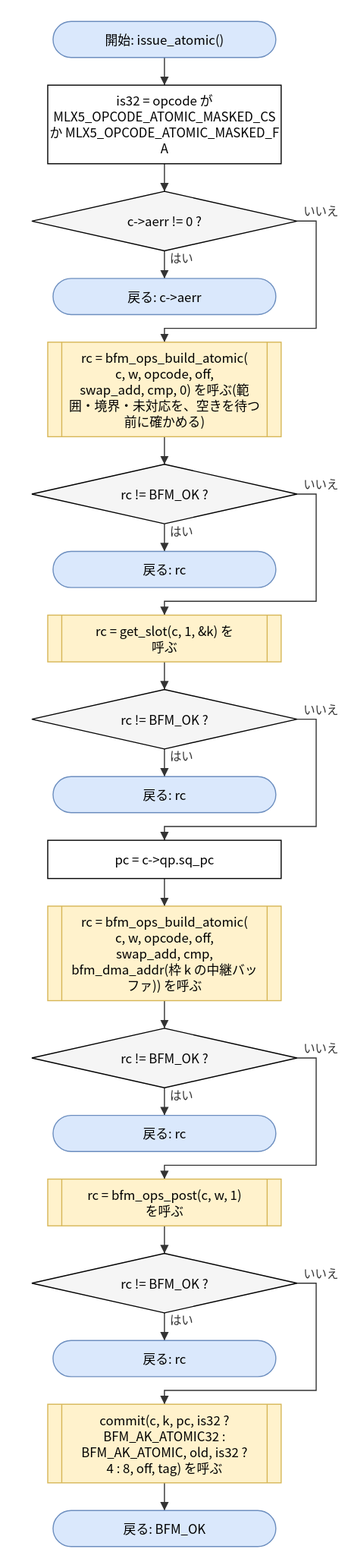
The draw.io diagram doc/spec/images/flow_src_bfm_async-issue_atomic.drawio.svg in hf355051012-ai/bfmem, before a commit. Source tidied: cells renumbered, new cells last; positions are measured from the earlier drawing's top-left corner, leaving out a move shared by most shapes.
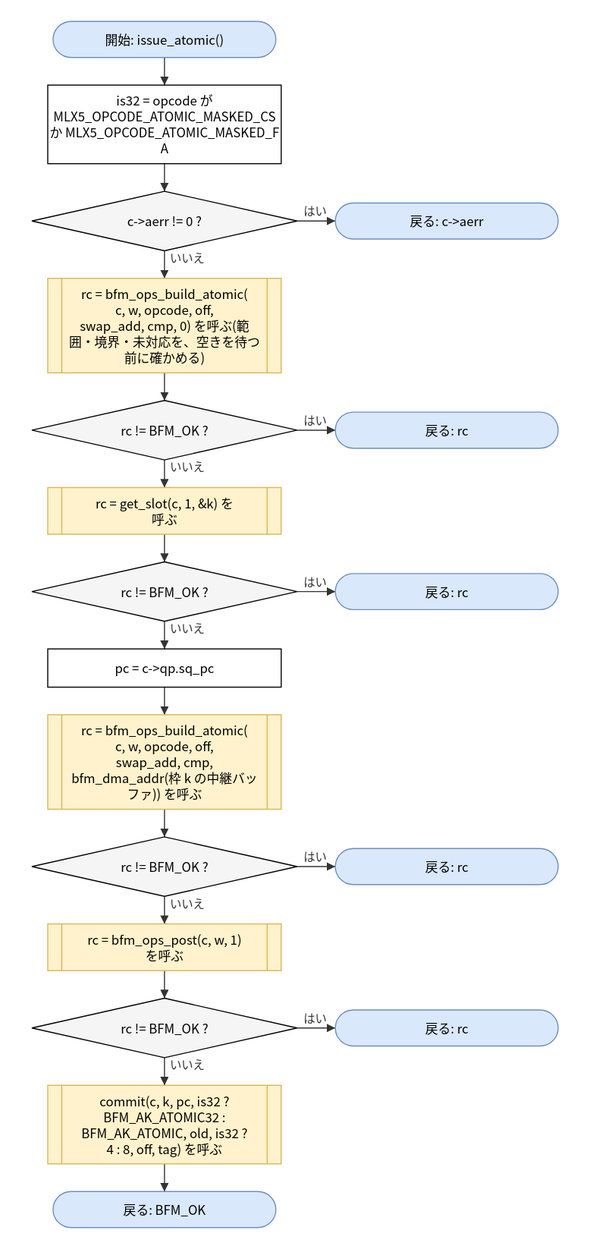
The same file after the commit.

Change to the diagram source:
```diff
@@ -12,52 +12,52 @@
       <mxGeometry y="160" width="250" height="56" as="geometry" />
     </mxCell>
     <mxCell id="5" value="戻る: c-&amp;gt;aerr" style="rounded=1;arcSize=50;whiteSpace=wrap;html=1;fillColor=#dae8fc;strokeColor=#6c8ebf;" parent="1" vertex="1">
-      <mxGeometry x="20" y="242" width="210" height="34" as="geometry" />
+      <mxGeometry x="286" y="171" width="210" height="34" as="geometry" />
     </mxCell>
     <mxCell id="6" value="rc = bfm_ops_build_atomic(&lt;br&gt;c, w, opcode, off,&lt;br&gt;swap_add, cmp, 0) を呼ぶ(範&lt;br&gt;囲・境界・未対応を、空きを待つ&lt;br&gt;前に確かめる)" style="shape=process;whiteSpace=wrap;html=1;backgroundOutline=1;size=0.06;fillColor=#fff2cc;strokeColor=#d6b656;" parent="1" vertex="1">
-      <mxGeometry x="15" y="302" width="220" height="89" as="geometry" />
+      <mxGeometry x="15" y="242" width="220" height="89" as="geometry" />
     </mxCell>
     <mxCell id="7" value="rc != BFM_OK ?" style="rhombus;whiteSpace=wrap;html=1;fillColor=#f5f5f5;" parent="1" vertex="1">
-      <mxGeometry y="417" width="250" height="56" as="geometry" />
+      <mxGeometry y="357" width="250" height="56" as="geometry" />
     </mxCell>
     <mxCell id="8" value="戻る: rc" style="rounded=1;arcSize=50;whiteSpace=wrap;html=1;fillColor=#dae8fc;strokeColor=#6c8ebf;" parent="1" vertex="1">
-      <mxGeometry x="20" y="499" width="210" height="34" as="geometry" />
+      <mxGeometry x="286" y="368" width="210" height="34" as="geometry" />
     </mxCell>
     <mxCell id="9" value="rc = get_slot(c, 1, &amp;amp;k) を&lt;br&gt;呼ぶ" style="shape=process;whiteSpace=wrap;html=1;backgroundOutline=1;size=0.06;fillColor=#fff2cc;strokeColor=#d6b656;" parent="1" vertex="1">
-      <mxGeometry x="15" y="559" width="220" height="44" as="geometry" />
+      <mxGeometry x="15" y="439" width="220" height="44" as="geometry" />
     </mxCell>
     <mxCell id="10" value="rc != BFM_OK ?" style="rhombus;whiteSpace=wrap;html=1;fillColor=#f5f5f5;" parent="1" vertex="1">
-      <mxGeometry y="629" width="250" height="56" as="geometry" />
+      <mxGeometry y="509" width="250" height="56" as="geometry" />
     </mxCell>
     <mxCell id="11" value="戻る: rc" style="rounded=1;arcSize=50;whiteSpace=wrap;html=1;fillColor=#dae8fc;strokeColor=#6c8ebf;" parent="1" vertex="1">
-      <mxGeometry x="20" y="711" width="210" height="34" as="geometry" />
+      <mxGeometry x="286" y="520" width="210" height="34" as="geometry" />
     </mxCell>
     <mxCell id="12" value="pc = c-&amp;gt;qp.sq_pc" style="rounded=0;whiteSpace=wrap;html=1;" parent="1" vertex="1">
-      <mxGeometry x="15" y="771" width="220" height="36" as="geometry" />
+      <mxGeometry x="15" y="591" width="220" height="36" as="geometry" />
     </mxCell>
     <mxCell id="13" value="rc = bfm_ops_build_atomic(&lt;br&gt;c, w, opcode, off,&lt;br&gt;swap_add, cmp,&lt;br&gt;bfm_dma_addr(枠 k の中継バッ&lt;br&gt;ファ)) を呼ぶ" style="shape=process;whiteSpace=wrap;html=1;backgroundOutline=1;size=0.06;fillColor=#fff2cc;strokeColor=#d6b656;" parent="1" vertex="1">
-      <mxGeometry x="15" y="833" width="220" height="89" as="geometry" />
+      <mxGeometry x="15" y="653" width="220" height="89" as="geometry" />
     </mxCell>
     <mxCell id="14" value="rc != BFM_OK ?" style="rhombus;whiteSpace=wrap;html=1;fillColor=#f5f5f5;" parent="1" vertex="1">
-      <mxGeometry y="948" width="250" height="56" as="geometry" />
+      <mxGeometry y="768" width="250" height="56" as="geometry" />
     </mxCell>
     <mxCell id="15" value="戻る: rc" style="rounded=1;arcSize=50;whiteSpace=wrap;html=1;fillColor=#dae8fc;strokeColor=#6c8ebf;" parent="1" vertex="1">
-      <mxGeometry x="20" y="1030" width="210" height="34" as="geometry" />
+      <mxGeometry x="286" y="779" width="210" height="34" as="geometry" />
     </mxCell>
     <mxCell id="16" value="rc = bfm_ops_post(c, w, 1)&lt;br&gt;を呼ぶ" style="shape=process;whiteSpace=wrap;html=1;backgroundOutline=1;size=0.06;fillColor=#fff2cc;strokeColor=#d6b656;" parent="1" vertex="1">
-      <mxGeometry x="15" y="1090" width="220" height="44" as="geometry" />
+      <mxGeometry x="15" y="850" width="220" height="44" as="geometry" />
     </mxCell>
     <mxCell id="17" value="rc != BFM_OK ?" style="rhombus;whiteSpace=wrap;html=1;fillColor=#f5f5f5;" parent="1" vertex="1">
-      <mxGeometry y="1160" width="250" height="56" as="geometry" />
+      <mxGeometry y="920" width="250" height="56" as="geometry" />
     </mxCell>
     <mxCell id="18" value="戻る: rc" style="rounded=1;arcSize=50;whiteSpace=wrap;html=1;fillColor=#dae8fc;strokeColor=#6c8ebf;" parent="1" vertex="1">
-      <mxGeometry x="20" y="1242" width="210" height="34" as="geometry" />
+      <mxGeometry x="286" y="931" width="210" height="34" as="geometry" />
     </mxCell>
     <mxCell id="19" value="commit(c, k, pc, is32 ?&lt;br&gt;BFM_AK_ATOMIC32 :&lt;br&gt;BFM_AK_ATOMIC, old, is32 ?&lt;br&gt;4 : 8, off, tag) を呼ぶ" style="shape=process;whiteSpace=wrap;html=1;backgroundOutline=1;size=0.06;fillColor=#fff2cc;strokeColor=#d6b656;" parent="1" vertex="1">
-      <mxGeometry x="15" y="1302" width="220" height="74" as="geometry" />
+      <mxGeometry x="15" y="1002" width="220" height="74" as="geometry" />
     </mxCell>
     <mxCell id="20" value="戻る: BFM_OK" style="rounded=1;arcSize=50;whiteSpace=wrap;html=1;fillColor=#dae8fc;strokeColor=#6c8ebf;" parent="1" vertex="1">
-      <mxGeometry x="20" y="1402" width="210" height="34" as="geometry" />
+      <mxGeometry x="20" y="1102" width="210" height="34" as="geometry" />
     </mxCell>
     <mxCell id="21" style="edgeStyle=none;html=1;rounded=0;endArrow=block;endFill=1;exitX=0.5000;exitY=1.0000;exitDx=0;exitDy=0;exitPerimeter=0;entryX=0.5000;entryY=0.0000;entryDx=0;entryDy=0;entryPerimeter=0;" parent="1" edge="1" source="2" target="3">
       <mxGeometry relative="1" as="geometry" />
@@ -65,47 +65,29 @@
     <mxCell id="22" style="edgeStyle=none;html=1;rounded=0;endArrow=block;endFill=1;exitX=0.5000;exitY=1.0000;exitDx=0;exitDy=0;exitPerimeter=0;entryX=0.5000;entryY=0.0000;entryDx=0;entryDy=0;entryPerimeter=0;" parent="1" edge="1" source="3" target="4">
       <mxGeometry relative="1" as="geometry" />
     </mxCell>
-    <mxCell id="23" value="はい" style="edgeStyle=none;html=1;rounded=0;endArrow=block;endFill=1;exitX=0.5000;exitY=1.0000;exitDx=0;exitDy=0;exitPerimeter=0;entryX=0.5000;entryY=0.0000;entryDx=0;entryDy=0;entryPerimeter=0;" parent="1" edge="1" source="4" target="5">
+    <mxCell id="23" value="はい" style="edgeStyle=none;html=1;rounded=0;endArrow=block;endFill=1;exitX=1.0000;exitY=0.5000;exitDx=0;exitDy=0;exitPerimeter=0;entryX=0.0000;entryY=0.5000;entryDx=0;entryDy=0;entryPerimeter=0;" parent="1" edge="1" source="4" target="5">
       <mxGeometry relative="1" as="geometry" />
     </mxCell>
-    <mxCell id="24" value="いいえ" style="edgeStyle=none;html=1;rounded=0;endArrow=block;endFill=1;exitX=1.0000;exitY=0.5000;exitDx=0;exitDy=0;exitPerimeter=0;entryX=0.5000;entryY=0.0000;entryDx=0;entryDy=0;entryPerimeter=0;" parent="1" edge="1" source="4" target="6">
-      <mxGeometry relative="1" as="geometry">
-        <Array as="points">
-          <mxPoint x="268" y="188" />
-          <mxPoint x="268" y="289" />
-          <mxPoint x="125" y="289" />
-        </Array>
-      </mxGeometry>
+    <mxCell id="24" value="いいえ" style="edgeStyle=none;html=1;rounded=0;endArrow=block;endFill=1;exitX=0.5000;exitY=1.0000;exitDx=0;exitDy=0;exitPerimeter=0;entryX=0.5000;entryY=0.0000;entryDx=0;entryDy=0;entryPerimeter=0;" parent="1" edge="1" source="4" target="6">
+      <mxGeometry relative="1" as="geometry" />
     </mxCell>
     <mxCell id="25" style="edgeStyle=none;html=1;rounded=0;endArrow=block;endFill=1;exitX=0.5000;exitY=1.0000;exitDx=0;exitDy=0;exitPerimeter=0;entryX=0.5000;entryY=0.0000;entryDx=0;entryDy=0;entryPerimeter=0;" parent="1" edge="1" source="6" target="7">
       <mxGeometry relative="1" as="geometry" />
     </mxCell>
-    <mxCell id="26" value="はい" style="edgeStyle=none;html=1;rounded=0;endArrow=block;endFill=1;exitX=0.5000;exitY=1.0000;exitDx=0;exitDy=0;exitPerimeter=0;entryX=0.5000;entryY=0.0000;entryDx=0;entryDy=0;entryPerimeter=0;" parent="1" edge="1" source="7" target="8">
+    <mxCell id="26" value="はい" style="edgeStyle=none;html=1;rounded=0;endArrow=block;endFill=1;exitX=1.0000;exitY=0.5000;exitDx=0;exitDy=0;exitPerimeter=0;entryX=0.0000;entryY=0.5000;entryDx=0;entryDy=0;entryPerimeter=0;" parent="1" edge="1" source="7" target="8">
       <mxGeometry relative="1" as="geometry" />
     </mxCell>
-    <mxCell id="27" value="いいえ" style="edgeStyle=none;html=1;rounded=0;endArrow=block;endFill=1;exitX=1.0000;exitY=0.5000;exitDx=0;exitDy=0;exitPerimeter=0;entryX=0.5000;entryY=0.0000;entryDx=0;entryDy=0;entryPerimeter=0;" parent="1" edge="1" source="7" target="9">
-      <mxGeometry relative="1" as="geometry">
-        <Array as="points">
-          <mxPoint x="268" y="445" />
-          <mxPoint x="268" y="546" />
-          <mxPoint x="125" y="546" />
-        </Array>
-      </mxGeometry>
+    <mxCell id="27" value="いいえ" style="edgeStyle=none;html=1;rounded=0;endArrow=block;endFill=1;exitX=0.5000;exitY=1.0000;exitDx=0;exitDy=0;exitPerimeter=0;entryX=0.5000;entryY=0.0000;entryDx=0;entryDy=0;entryPerimeter=0;" parent="1" edge="1" source="7" target="9">
+      <mxGeometry relative="1" as="geometry" />
     </mxCell>
     <mxCell id="28" style="edgeStyle=none;html=1;rounded=0;endArrow=block;endFill=1;exitX=0.5000;exitY=1.0000;exitDx=0;exitDy=0;exitPerimeter=0;entryX=0.5000;entryY=0.0000;entryDx=0;entryDy=0;entryPerimeter=0;" parent="1" edge="1" source="9" target="10">
       <mxGeometry relative="1" as="geometry" />
     </mxCell>
-    <mxCell id="29" value="はい" style="edgeStyle=none;html=1;rounded=0;endArrow=block;endFill=1;exitX=0.5000;exitY=1.0000;exitDx=0;exitDy=0;exitPerimeter=0;entryX=0.5000;entryY=0.0000;entryDx=0;entryDy=0;entryPerimeter=0;" parent="1" edge="1" source="10" target="11">
+    <mxCell id="29" value="はい" style="edgeStyle=none;html=1;rounded=0;endArrow=block;endFill=1;exitX=1.0000;exitY=0.5000;exitDx=0;exitDy=0;exitPerimeter=0;entryX=0.0000;entryY=0.5000;entryDx=0;entryDy=0;entryPerimeter=0;" parent="1" edge="1" source="10" target="11">
       <mxGeometry relative="1" as="geometry" />
     </mxCell>
-    <mxCell id="30" value="いいえ" style="edgeStyle=none;html=1;rounded=0;endArrow=block;endFill=1;exitX=1.0000;exitY=0.5000;exitDx=0;exitDy=0;exitPerimeter=0;entryX=0.5000;entryY=0.0000;entryDx=0;entryDy=0;entryPerimeter=0;" parent="1" edge="1" source="10" target="12">
-      <mxGeometry relative="1" as="geometry">
-        <Array as="points">
-          <mxPoint x="268" y="657" />
-          <mxPoint x="268" y="758" />
-          <mxPoint x="125" y="758" />
-        </Array>
-      </mxGeometry>
+    <mxCell id="30" value="いいえ" style="edgeStyle=none;html=1;rounded=0;endArrow=block;endFill=1;exitX=0.5000;exitY=1.0000;exitDx=0;exitDy=0;exitPerimeter=0;entryX=0.5000;entryY=0.0000;entryDx=0;entryDy=0;entryPerimeter=0;" parent="1" edge="1" source="10" target="12">
+      <mxGeometry relative="1" as="geometry" />
     </mxCell>
     <mxCell id="31" style="edgeStyle=none;html=1;rounded=0;endArrow=block;endFill=1;exitX=0.5000;exitY=1.0000;exitDx=0;exitDy=0;exitPerimeter=0;entryX=0.5000;entryY=0.0000;entryDx=0;entryDy=0;entryPerimeter=0;" parent="1" edge="1" source="12" target="13">
       <mxGeometry relative="1" as="geometry" />
@@ -113,32 +95,20 @@
     <mxCell id="32" style="edgeStyle=none;html=1;rounded=0;endArrow=block;endFill=1;exitX=0.5000;exitY=1.0000;exitDx=0;exitDy=0;exitPerimeter=0;entryX=0.5000;entryY=0.0000;entryDx=0;entryDy=0;entryPerimeter=0;" parent="1" edge="1" source="13" target="14">
       <mxGeometry relative="1" as="geometry" />
     </mxCell>
-    <mxCell id="33" value="はい" style="edgeStyle=none;html=1;rounded=0;endArrow=block;endFill=1;exitX=0.5000;exitY=1.0000;exitDx=0;exitDy=0;exitPerimeter=0;entryX=0.5000;entryY=0.0000;entryDx=0;entryDy=0;entryPerimeter=0;" parent="1" edge="1" source="14" target="15">
+    <mxCell id="33" value="はい" style="edgeStyle=none;html=1;rounded=0;endArrow=block;endFill=1;exitX=1.0000;exitY=0.5000;exitDx=0;exitDy=0;exitPerimeter=0;entryX=0.0000;entryY=0.5000;entryDx=0;entryDy=0;entryPerimeter=0;" parent="1" edge="1" source="14" target="15">
       <mxGeometry relative="1" as="geometry" />
     </mxCell>
-    <mxCell id="34" value="いいえ" style="edgeStyle=none;html=1;rounded=0;endArrow=block;endFill=1;exitX=1.0000;exitY=0.5000;exitDx=0;exitDy=0;exitPerimeter=0;entryX=0.5000;entryY=0.0000;entryDx=0;entryDy=0;entryPerimeter=0;" parent="1" edge="1" source="14" target="16">
-      <mxGeometry relative="1" as="geometry">
-        <Array as="points">
-          <mxPoint x="268" y="976" />
-          <mxPoint x="268" y="1077" />
-          <mxPoint x="125" y="1077" />
-        </Array>
-      </mxGeometry>
+    <mxCell id="34" value="いいえ" style="edgeStyle=none;html=1;rounded=0;endArrow=block;endFill=1;exitX=0.5000;exitY=1.0000;exitDx=0;exitDy=0;exitPerimeter=0;entryX=0.5000;entryY=0.0000;entryDx=0;entryDy=0;entryPerimeter=0;" parent="1" edge="1" source="14" target="16">
+      <mxGeometry relative="1" as="geometry" />
     </mxCell>
     <mxCell id="35" style="edgeStyle=none;html=1;rounded=0;endArrow=block;endFill=1;exitX=0.5000;exitY=1.0000;exitDx=0;exitDy=0;exitPerimeter=0;entryX=0.5000;entryY=0.0000;entryDx=0;entryDy=0;entryPerimeter=0;" parent="1" edge="1" source="16" target="17">
       <mxGeometry relative="1" as="geometry" />
     </mxCell>
-    <mxCell id="36" value="はい" style="edgeStyle=none;html=1;rounded=0;endArrow=block;endFill=1;exitX=0.5000;exitY=1.0000;exitDx=0;exitDy=0;exitPerimeter=0;entryX=0.5000;entryY=0.0000;entryDx=0;entryDy=0;entryPerimeter=0;" parent="1" edge="1" source="17" target="18">
+    <mxCell id="36" value="はい" style="edgeStyle=none;html=1;rounded=0;endArrow=block;endFill=1;exitX=1.0000;exitY=0.5000;exitDx=0;exitDy=0;exitPerimeter=0;entryX=0.0000;entryY=0.5000;entryDx=0;entryDy=0;entryPerimeter=0;" parent="1" edge="1" source="17" target="18">
       <mxGeometry relative="1" as="geometry" />
     </mxCell>
-    <mxCell id="37" value="いいえ" style="edgeStyle=none;html=1;rounded=0;endArrow=block;endFill=1;exitX=1.0000;exitY=0.5000;exitDx=0;exitDy=0;exitPerimeter=0;entryX=0.5000;entryY=0.0000;entryDx=0;entryDy=0;entryPerimeter=0;" parent="1" edge="1" source="17" target="19">
-      <mxGeometry relative="1" as="geometry">
-        <Array as="points">
-          <mxPoint x="268" y="1188" />
-          <mxPoint x="268" y="1289" />
-          <mxPoint x="125" y="1289" />
-        </Array>
-      </mxGeometry>
+    <mxCell id="37" value="いいえ" style="edgeStyle=none;html=1;rounded=0;endArrow=block;endFill=1;exitX=0.5000;exitY=1.0000;exitDx=0;exitDy=0;exitPerimeter=0;entryX=0.5000;entryY=0.0000;entryDx=0;entryDy=0;entryPerimeter=0;" parent="1" edge="1" source="17" target="19">
+      <mxGeometry relative="1" as="geometry" />
     </mxCell>
     <mxCell id="38" style="edgeStyle=none;html=1;rounded=0;endArrow=block;endFill=1;exitX=0.5000;exitY=1.0000;exitDx=0;exitDy=0;exitPerimeter=0;entryX=0.5000;entryY=0.0000;entryDx=0;entryDy=0;entryPerimeter=0;" parent="1" edge="1" source="19" target="20">
       <mxGeometry relative="1" as="geometry" />
```
